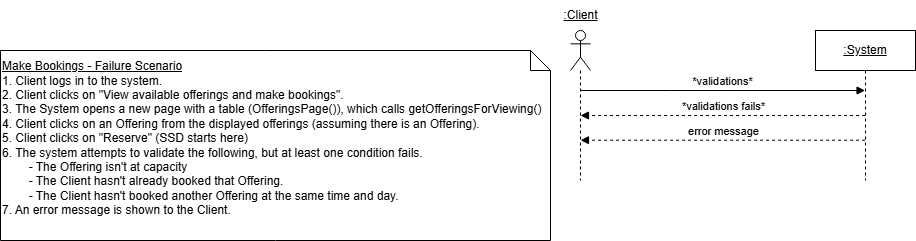
This is Artifacts/System Sequence Diagrams + Operation Contracts/Failure/SSD_Failure_Make_Booking.drawio.png from aleckira/SOEN_342_PROJECT, a draw.io export, as it was before one commit. Source tidied: cells renumbered, new cells last; positions are measured from the earlier drawing's top-left corner, leaving out a move shared by most shapes. The source it was exported from:
```xml
<mxGraphModel>
  <root>
    <mxCell id="0" />
    <mxCell id="1" parent="0" />
    <mxCell id="2" style="shape=umlLifeline;perimeter=lifelinePerimeter;whiteSpace=wrap;html=1;newEdgeStyle={&quot;curved&quot;:0,&quot;rounded&quot;:0};participant=umlActor;" parent="1" vertex="1">
      <mxGeometry x="570" y="30" width="20" height="150" as="geometry" />
    </mxCell>
    <mxCell id="3" value="&lt;u&gt;:Client&lt;/u&gt;" style="text;html=1;align=center;verticalAlign=middle;strokeColor=none;fillColor=none;" parent="1" vertex="1">
      <mxGeometry x="550" width="60" height="30" as="geometry" />
    </mxCell>
    <mxCell id="4" value="&lt;u&gt;:System&lt;/u&gt;" style="shape=umlLifeline;perimeter=lifelinePerimeter;whiteSpace=wrap;html=1;newEdgeStyle={&quot;curved&quot;:0,&quot;rounded&quot;:0};" parent="1" vertex="1">
      <mxGeometry x="815" y="30" width="100" height="150" as="geometry" />
    </mxCell>
    <mxCell id="5" value="error message" style="html=1;verticalAlign=bottom;endArrow=block;edgeStyle=elbowEdgeStyle;elbow=vertical;curved=0;rounded=0;dashed=1;" parent="1" edge="1">
      <mxGeometry relative="1" as="geometry">
        <mxPoint x="864.6" y="139.7" as="sourcePoint" />
        <mxPoint x="580" y="139.7" as="targetPoint" />
        <Array as="points">
          <mxPoint x="670.1" y="139.7" />
        </Array>
      </mxGeometry>
    </mxCell>
    <mxCell id="6" value="&lt;u&gt;Make Bookings - Failure Scenario&lt;/u&gt;&lt;div&gt;1. Client logs in to the system.&lt;/div&gt;&lt;div&gt;2. Client clicks on &quot;View available offerings and make bookings&quot;.&lt;/div&gt;&lt;div&gt;3. The System opens a new page with a table (OfferingsPage()), which calls&amp;nbsp;&lt;span style=&quot;background-color: initial;&quot;&gt;getOfferingsForViewing()&lt;/span&gt;&lt;/div&gt;&lt;div&gt;&lt;span style=&quot;background-color: initial;&quot;&gt;4.&amp;nbsp;&lt;/span&gt;&lt;span style=&quot;background-color: initial;&quot;&gt;Client clicks on an Offering from the displayed offerings (assuming there is an Offering).&amp;nbsp;&lt;/span&gt;&lt;/div&gt;&lt;div&gt;&lt;span style=&quot;background-color: initial;&quot;&gt;5. Client clicks on &quot;Reserve&quot; (SSD starts here)&lt;/span&gt;&lt;/div&gt;&lt;div&gt;&lt;span style=&quot;background-color: initial;&quot;&gt;6. The system attempts to validate the following, but at least one condition fails.&lt;/span&gt;&lt;/div&gt;&lt;div&gt;&lt;span style=&quot;background-color: initial;&quot;&gt;&lt;span style=&quot;white-space: pre;&quot;&gt;&#9;&lt;/span&gt;- The Offering isn't at capacity&lt;br&gt;&lt;/span&gt;&lt;/div&gt;&lt;div&gt;&lt;span style=&quot;background-color: initial;&quot;&gt;&lt;span style=&quot;white-space: pre;&quot;&gt;&#9;&lt;/span&gt;- The Client hasn't already booked that Offering.&lt;br&gt;&lt;/span&gt;&lt;/div&gt;&lt;div&gt;&lt;span style=&quot;background-color: initial;&quot;&gt;&lt;span style=&quot;white-space: pre;&quot;&gt;&#9;&lt;/span&gt;- The Client hasn't booked another Offering at the same time and day.&lt;br&gt;&lt;/span&gt;&lt;/div&gt;&lt;div&gt;7. An error message is shown to the Client.&lt;span style=&quot;background-color: initial;&quot;&gt;&amp;nbsp;&lt;/span&gt;&lt;/div&gt;&lt;div&gt;&lt;span style=&quot;background-color: initial;&quot;&gt;&lt;br&gt;&lt;/span&gt;&lt;/div&gt;" style="shape=note;size=20;whiteSpace=wrap;html=1;align=left;" parent="1" vertex="1">
      <mxGeometry y="50" width="550" height="190" as="geometry" />
    </mxCell>
    <mxCell id="7" value="*validations*" style="html=1;verticalAlign=bottom;endArrow=block;edgeStyle=elbowEdgeStyle;elbow=vertical;curved=0;rounded=0;" parent="1" edge="1">
      <mxGeometry relative="1" as="geometry">
        <mxPoint x="580" y="90" as="sourcePoint" />
        <mxPoint x="864.6" y="90" as="targetPoint" />
        <Array as="points">
          <mxPoint x="670.1" y="90" />
        </Array>
      </mxGeometry>
    </mxCell>
    <mxCell id="8" value="*validations fails*" style="html=1;verticalAlign=bottom;endArrow=block;edgeStyle=elbowEdgeStyle;elbow=vertical;curved=0;rounded=0;dashed=1;" parent="1" edge="1">
      <mxGeometry relative="1" as="geometry">
        <mxPoint x="864.6" y="115" as="sourcePoint" />
        <mxPoint x="580" y="115" as="targetPoint" />
        <Array as="points">
          <mxPoint x="670.1" y="115" />
        </Array>
      </mxGeometry>
    </mxCell>
  </root>
</mxGraphModel>
```
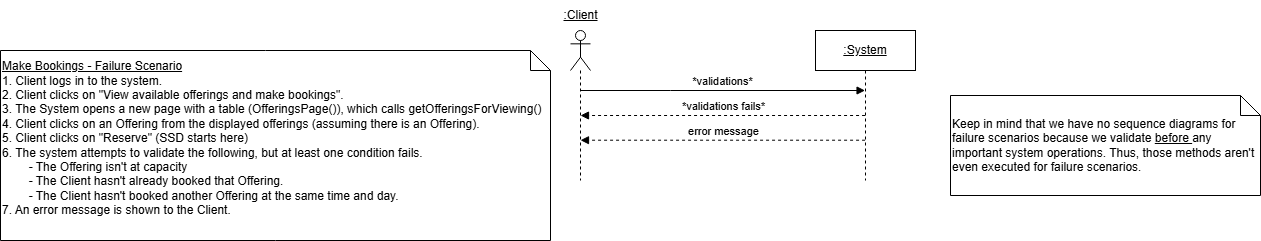
Above is the later version.

Commit message:
refined failure SSDs

Diff of the diagram source:
```diff
@@ -41,5 +41,8 @@
         </Array>
       </mxGeometry>
     </mxCell>
+    <mxCell id="9" value="Keep in mind that we have no sequence diagrams for failure scenarios because we validate &lt;u&gt;before &lt;/u&gt;any important system operations. Thus, those methods aren't even executed for failure scenarios." style="shape=note;size=20;whiteSpace=wrap;html=1;align=left;" parent="1" vertex="1">
+      <mxGeometry x="950" y="95" width="310" height="100" as="geometry" />
+    </mxCell>
   </root>
 </mxGraphModel>
```
